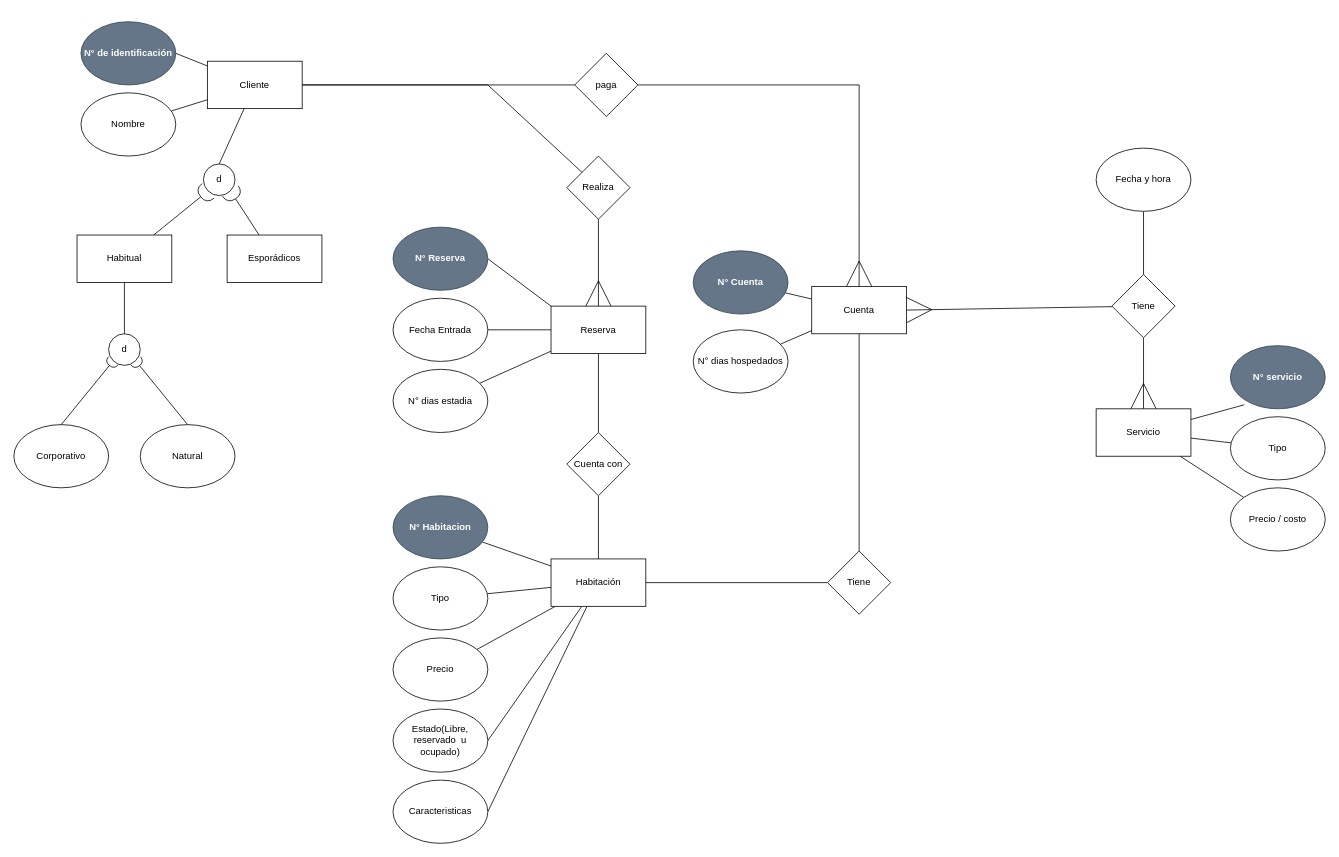
Mshall19/Proyecto-BD keeps this draw.io diagram as Diagrama_sin_titulo.drawio. Above is the earlier version. Source tidied: cells renumbered, new cells numbered last; positions are measured from the earlier drawing's top-left corner, leaving out a move shared by most shapes. Both pictures are drawn from the tidied source at 79%, with x=0, y=0 at pixel (13, 21).
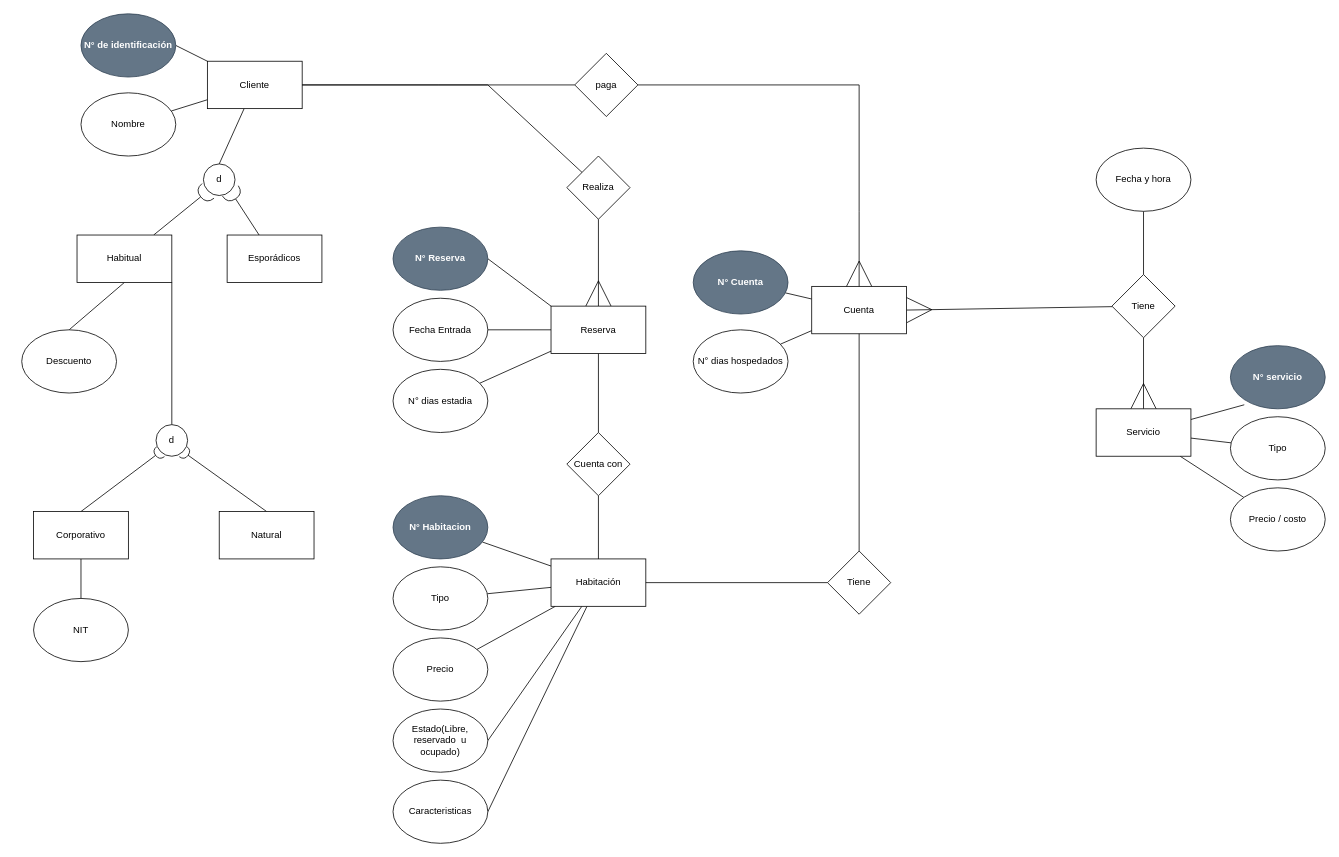
The same page after the edit.

Unchanged cells that the change refers to:
```xml
<mxCell id="38" value="Habitual" style="rounded=0;whiteSpace=wrap;html=1;" parent="1" vertex="1">
  <mxGeometry x="80" y="270" width="120" height="60" as="geometry" />
</mxCell>
```

Change to the diagram source:
```diff
@@
     <mxCell id="21" value="N° de identificación" style="ellipse;whiteSpace=wrap;html=1;fontStyle=1;fillColor=#647687;strokeColor=#314354;fontColor=#ffffff;" parent="1" vertex="1">
-      <mxGeometry x="85" width="120" height="80" as="geometry" />
+      <mxGeometry x="85" y="-10" width="120" height="80" as="geometry" />
     </mxCell>
@@
+    <mxCell id="66" style="rounded=0;jettySize=auto;html=1;entryX=0.5;entryY=0;entryDx=0;entryDy=0;endArrow=none;endFill=0;exitX=0.5;exitY=1;exitDx=0;exitDy=0;" parent="1" edge="1" source="38" target="68">
+      <mxGeometry relative="1" as="geometry" />
+    </mxCell>
@@
-    <mxCell id="60" value="Corporativo" style="ellipse;whiteSpace=wrap;html=1;" parent="1" vertex="1">
-      <mxGeometry y="510" width="120" height="80" as="geometry" />
-    </mxCell>
-    <mxCell id="61" value="Natural" style="ellipse;whiteSpace=wrap;html=1;" parent="1" vertex="1">
-      <mxGeometry x="160" y="510" width="120" height="80" as="geometry" />
-    </mxCell>
-    <mxCell id="62" style="rounded=0;jettySize=auto;html=1;exitX=0.5;exitY=0;exitDx=0;exitDy=0;entryX=0.5;entryY=1;entryDx=0;entryDy=0;endArrow=none;endFill=0;" parent="1" edge="1" source="65" target="38">
+    <mxCell id="62" style="rounded=0;jettySize=auto;html=1;exitX=0.5;exitY=0;exitDx=0;exitDy=0;entryX=1;entryY=1;entryDx=0;entryDy=0;endArrow=none;endFill=0;" parent="1" edge="1" source="65" target="38">
       <mxGeometry relative="1" as="geometry" />
     </mxCell>
@@
-    <mxCell id="64" style="rounded=0;jettySize=auto;html=1;entryX=0.5;entryY=0;entryDx=0;entryDy=0;endArrow=none;endFill=0;startArrow=halfCircle;startFill=0;targetPerimeterSpacing=10;" parent="1" edge="1" target="60">
-      <mxGeometry relative="1" as="geometry">
-        <mxPoint x="126" y="429" as="sourcePoint" />
-      </mxGeometry>
+    <mxCell id="64" style="rounded=0;jettySize=auto;html=1;entryX=0.5;entryY=0;entryDx=0;entryDy=0;endArrow=none;endFill=0;startArrow=halfCircle;startFill=0;targetPerimeterSpacing=10;exitX=0;exitY=1;exitDx=0;exitDy=0;" parent="1" edge="1" source="65" target="60">
+      <mxGeometry relative="1" as="geometry" />
     </mxCell>
     <mxCell id="65" value="d" style="ellipse;whiteSpace=wrap;html=1;" parent="1" vertex="1">
-      <mxGeometry x="120" y="395" width="40" height="40" as="geometry" />
+      <mxGeometry x="180" y="510" width="40" height="40" as="geometry" />
     </mxCell>
+    <mxCell id="67" style="rounded=0;jettySize=auto;html=1;entryX=0.5;entryY=0;entryDx=0;entryDy=0;endArrow=none;endFill=0;" parent="1" edge="1" source="60" target="69">
+      <mxGeometry relative="1" as="geometry" />
+    </mxCell>
+    <mxCell id="60" value="Corporativo" style="rounded=0;whiteSpace=wrap;html=1;" parent="1" vertex="1">
+      <mxGeometry x="25" y="620" width="120" height="60" as="geometry" />
+    </mxCell>
+    <mxCell id="61" value="Natural" style="rounded=0;whiteSpace=wrap;html=1;" parent="1" vertex="1">
+      <mxGeometry x="260" y="620" width="120" height="60" as="geometry" />
+    </mxCell>
+    <mxCell id="68" value="Descuento" style="ellipse;whiteSpace=wrap;html=1;" parent="1" vertex="1">
+      <mxGeometry x="10" y="390" width="120" height="80" as="geometry" />
+    </mxCell>
+    <mxCell id="69" value="NIT" style="ellipse;whiteSpace=wrap;html=1;" parent="1" vertex="1">
+      <mxGeometry x="25" y="730" width="120" height="80" as="geometry" />
+    </mxCell>
```
